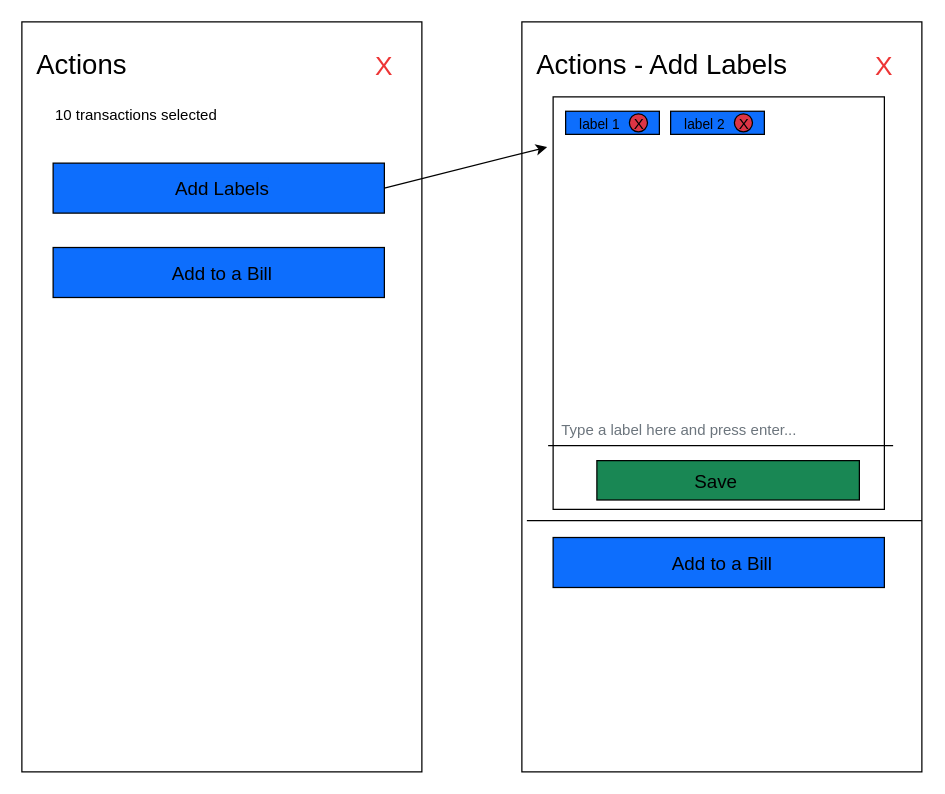
The draw.io diagram Untitled Diagram.drawio in LoPhawL/DrawIO_forBudgets, before the edit. Source tidied: cells renumbered, new cells numbered last; positions are measured from the earlier drawing's top-left corner, leaving out a move shared by most shapes. Both pictures are drawn from the tidied source at 125%, with x=0, y=0 at pixel (21, 21).
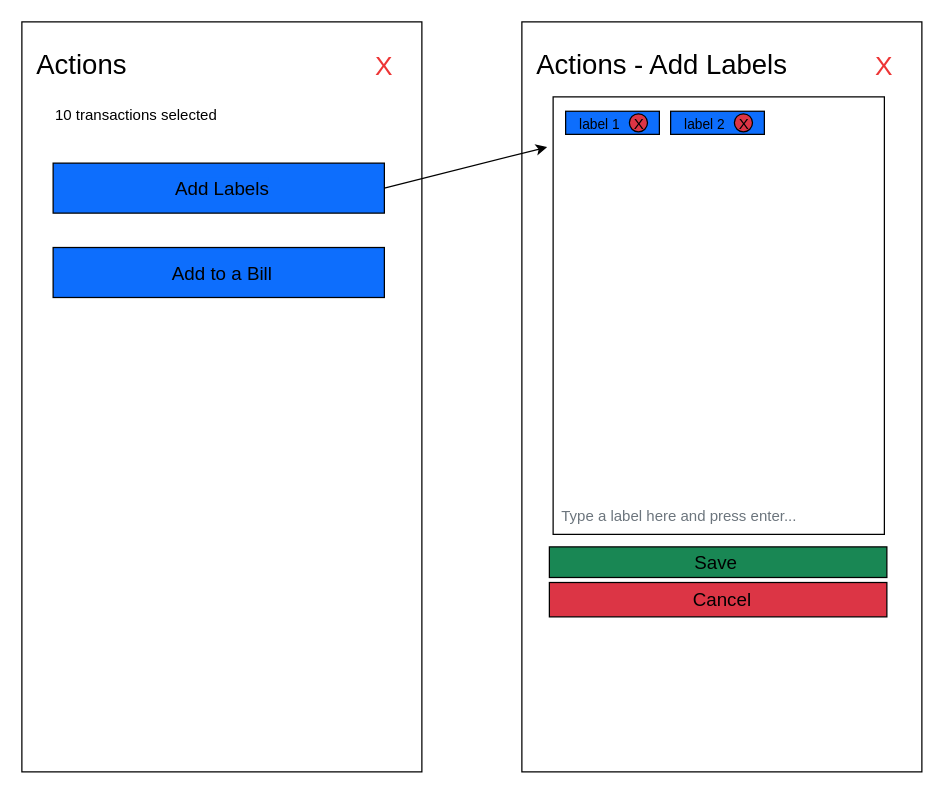
Above is the later version.

Change to the diagram source:
```diff
@@
-    <mxCell id="12" style="rounded=0;whiteSpace=wrap;html=1;labelBackgroundColor=#0D6EFD;fillColor=#0D6EFD;" parent="1" vertex="1">
-      <mxGeometry x="425" y="412.5" width="265" height="40" as="geometry" />
+    <mxCell id="12" style="rounded=0;whiteSpace=wrap;html=1;labelBackgroundColor=#0D6EFD;fillColor=#dc3545;" parent="1" vertex="1">
+      <mxGeometry x="422" y="448.5" width="270" height="27.5" as="geometry" />
     </mxCell>
-    <mxCell id="13" value="Add to a Bill" style="text;html=1;strokeColor=none;fillColor=none;align=center;verticalAlign=middle;whiteSpace=wrap;rounded=0;fontSize=15;" parent="1" vertex="1">
-      <mxGeometry x="488.8" y="405" width="142.5" height="55" as="geometry" />
+    <mxCell id="13" value="Cancel" style="text;html=1;strokeColor=none;fillColor=none;align=center;verticalAlign=middle;whiteSpace=wrap;rounded=0;fontSize=15;" parent="1" vertex="1">
+      <mxGeometry x="488.8" y="434" width="142.5" height="55" as="geometry" />
     </mxCell>
@@
     <mxCell id="15" style="rounded=0;whiteSpace=wrap;html=1;" parent="1" vertex="1">
-      <mxGeometry x="425" y="60" width="265" height="330" as="geometry" />
+      <mxGeometry x="425" y="60" width="265" height="350" as="geometry" />
     </mxCell>
@@
     <mxCell id="17" style="rounded=0;whiteSpace=wrap;html=1;labelBackgroundColor=#198754;fillColor=#198754;" parent="1" vertex="1">
-      <mxGeometry x="460" y="351" width="210" height="31.5" as="geometry" />
+      <mxGeometry x="422" y="420" width="270" height="24.5" as="geometry" />
     </mxCell>
     <mxCell id="18" value="Save" style="text;html=1;strokeColor=none;fillColor=none;align=center;verticalAlign=middle;whiteSpace=wrap;rounded=0;fontSize=15;" parent="1" vertex="1">
-      <mxGeometry x="483.8" y="344" width="142.5" height="45" as="geometry" />
+      <mxGeometry x="483.8" y="409" width="142.5" height="45" as="geometry" />
     </mxCell>
-    <mxCell id="19" style="endArrow=none;html=1;rounded=0;endSize=12;startSize=10;" parent="1" edge="1">
-      <mxGeometry relative="1" as="geometry">
-        <mxPoint x="421" y="339" as="sourcePoint" />
-        <mxPoint x="697" y="339" as="targetPoint" />
-      </mxGeometry>
-    </mxCell>
     <mxCell id="20" value="Type a label here and press enter..." style="text;html=1;strokeColor=none;fillColor=none;align=left;verticalAlign=middle;whiteSpace=wrap;rounded=0;fontColor=#6C757D;" parent="1" vertex="1">
-      <mxGeometry x="429.8" y="312" width="241.2" height="30" as="geometry" />
+      <mxGeometry x="429.8" y="381" width="241.2" height="30" as="geometry" />
     </mxCell>
@@
-    <mxCell id="29" style="endArrow=none;html=1;rounded=0;" parent="1" edge="1">
-      <mxGeometry relative="1" as="geometry">
-        <mxPoint x="404" y="399" as="sourcePoint" />
-        <mxPoint x="720" y="399" as="targetPoint" />
-      </mxGeometry>
-    </mxCell>
```
